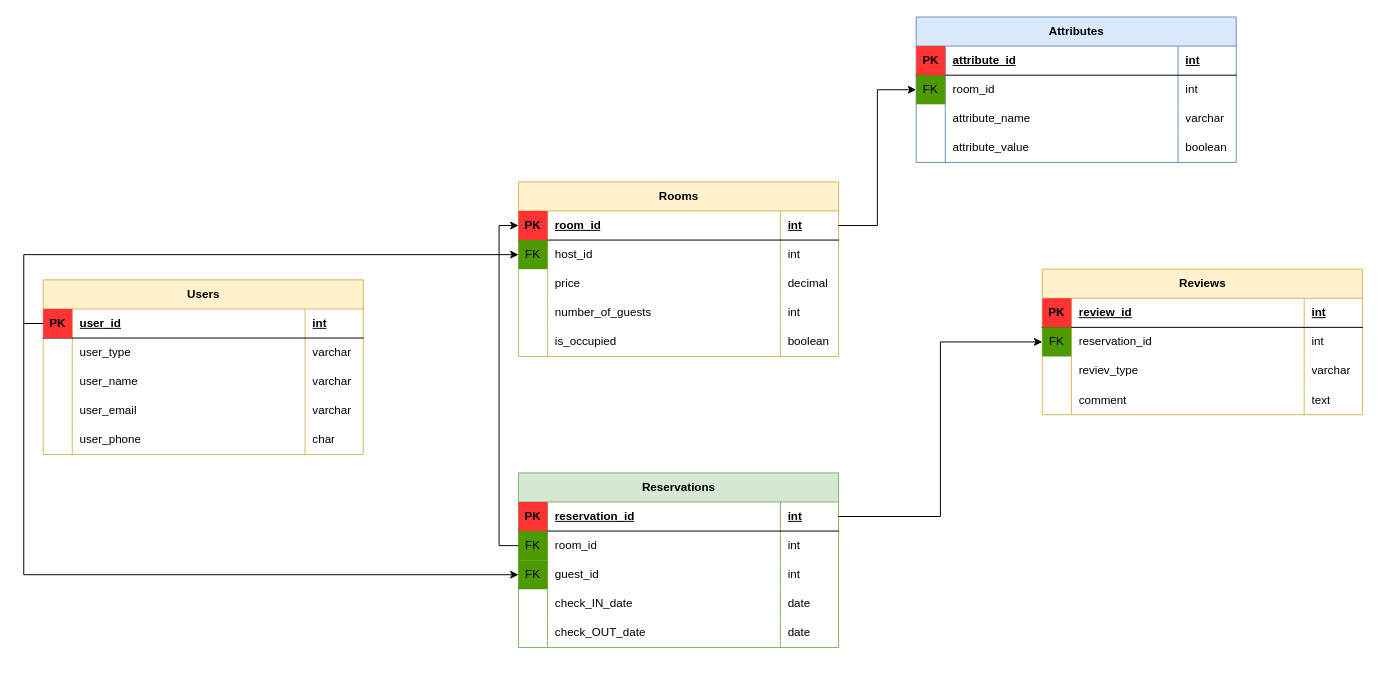
Above: airbnb_diagram.drawio in Olha-Zhernosek/projector_homeworks (draw.io), before the change. Source tidied: cells renumbered, new cells numbered last; positions are measured from the earlier drawing's top-left corner, leaving out a move shared by most shapes. Both pictures are drawn from the tidied source at 97%, with x=0, y=0 at pixel (43, 16).
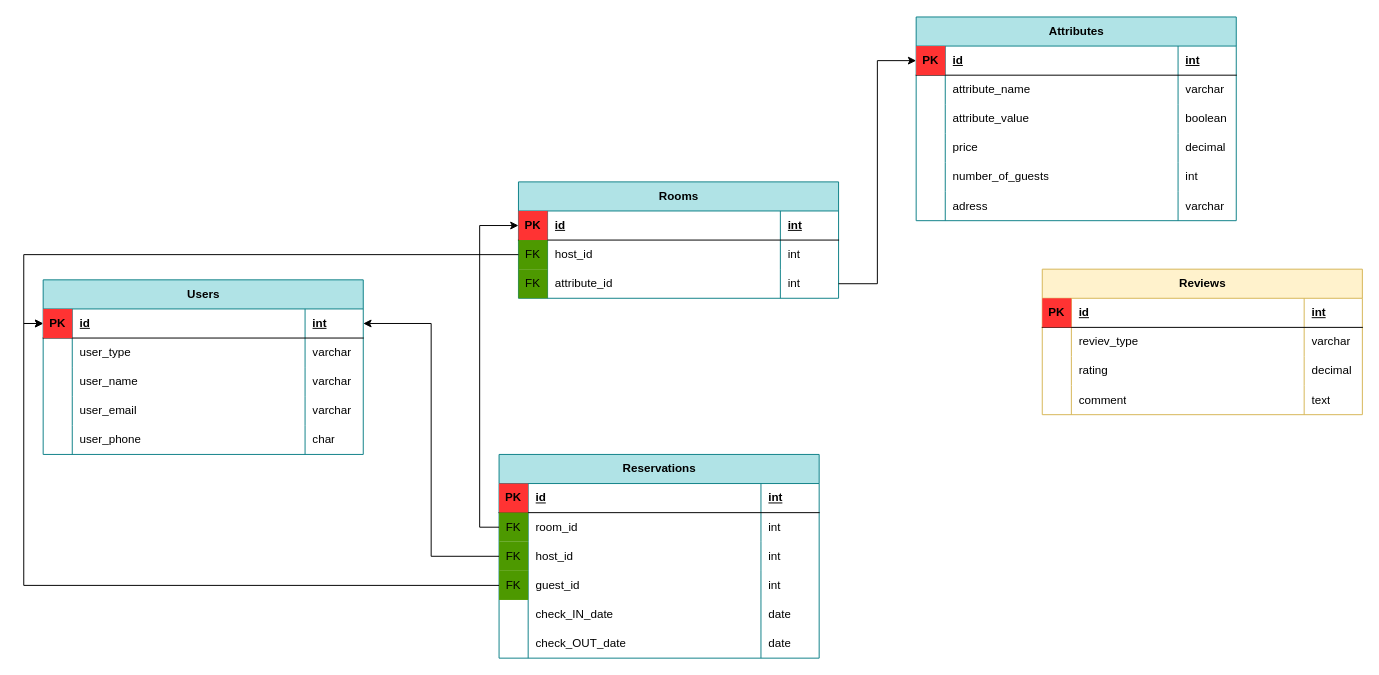
The same diagram, later.

The change refers to these unchanged cells:
```xml
<mxCell id="3" style="shape=tableRow;horizontal=0;startSize=0;swimlaneHead=0;swimlaneBody=0;fillColor=none;points=[[0,0.5],[1,0.5]];portConstraint=eastwest;top=0;left=0;right=0;bottom=1;" parent="2" vertex="1">
  <mxGeometry y="30" width="330" height="30" as="geometry" />
</mxCell>
<mxCell id="23" value="Reviews" style="shape=table;startSize=30;childLayout=tableLayout;rowLines=0;fontStyle=1;align=center;html=1;fillColor=#fff2cc;strokeColor=#d6b656;" parent="1" vertex="1">
  <mxGeometry x="1030" y="260" width="330" height="150" as="geometry" />
</mxCell>
<mxCell id="24" style="shape=tableRow;horizontal=0;startSize=0;swimlaneHead=0;swimlaneBody=0;fillColor=none;top=0;left=0;right=0;bottom=1;" parent="23" vertex="1">
  <mxGeometry y="30" width="330" height="30" as="geometry" />
</mxCell>
<mxCell id="41" style="shape=tableRow;horizontal=0;startSize=0;swimlaneHead=0;swimlaneBody=0;fillColor=none;points=[[0,0.5],[1,0.5]];portConstraint=eastwest;top=0;left=0;right=0;bottom=1;" parent="40" vertex="1">
  <mxGeometry y="30" width="330" height="30" as="geometry" />
</mxCell>
<mxCell id="45" style="shape=tableRow;horizontal=0;startSize=0;swimlaneHead=0;swimlaneBody=0;fillColor=none;points=[[0,0.5],[1,0.5]];portConstraint=eastwest;top=0;left=0;right=0;bottom=0;" parent="40" vertex="1">
  <mxGeometry y="60" width="330" height="30" as="geometry" />
</mxCell>
<mxCell id="62" style="shape=tableRow;horizontal=0;startSize=0;swimlaneHead=0;swimlaneBody=0;fillColor=none;points=[[0,0.5],[1,0.5]];portConstraint=eastwest;top=0;left=0;right=0;bottom=1;" parent="61" vertex="1">
  <mxGeometry y="30" width="330" height="30" as="geometry" />
</mxCell>
<mxCell id="66" style="shape=tableRow;horizontal=0;startSize=0;swimlaneHead=0;swimlaneBody=0;fillColor=none;points=[[0,0.5],[1,0.5]];portConstraint=eastwest;top=0;left=0;right=0;bottom=0;" parent="61" vertex="1">
  <mxGeometry y="60" width="330" height="30" as="geometry" />
</mxCell>
<mxCell id="87" style="shape=tableRow;horizontal=0;startSize=0;swimlaneHead=0;swimlaneBody=0;fillColor=none;points=[[0,0.5],[1,0.5]];portConstraint=eastwest;top=0;left=0;right=0;bottom=1;" parent="86" vertex="1">
  <mxGeometry y="30" width="330" height="30" as="geometry" />
</mxCell>
```

Change to the diagram source:
```diff
@@
-    <mxCell id="2" value="Users" style="shape=table;startSize=30;childLayout=tableLayout;rowLines=0;fontStyle=1;align=center;html=1;fillColor=#fff2cc;strokeColor=#d6b656;" parent="1" vertex="1">
+    <mxCell id="2" value="Users" style="shape=table;startSize=30;childLayout=tableLayout;rowLines=0;fontStyle=1;align=center;html=1;fillColor=#b0e3e6;strokeColor=#0e8088;" parent="1" vertex="1">
       <mxGeometry y="271" width="330" height="180" as="geometry" />
     </mxCell>
@@
-    <mxCell id="5" value="user_id" style="shape=partialRectangle;fillColor=none;top=0;left=0;bottom=0;right=0;align=left;spacingLeft=6;fontStyle=5;overflow=hidden;whiteSpace=wrap;html=1;" parent="3" vertex="1">
+    <mxCell id="5" value="id" style="shape=partialRectangle;fillColor=none;top=0;left=0;bottom=0;right=0;align=left;spacingLeft=6;fontStyle=5;overflow=hidden;whiteSpace=wrap;html=1;" parent="3" vertex="1">
       <mxGeometry x="30" width="240" height="30" as="geometry" />
     </mxCell>
@@
-    <mxCell id="26" value="review_id" style="shape=partialRectangle;fillColor=none;top=0;left=0;bottom=0;right=0;align=left;spacingLeft=6;fontStyle=5;overflow=hidden;whiteSpace=wrap;html=1;" parent="24" vertex="1">
+    <mxCell id="26" value="id" style="shape=partialRectangle;fillColor=none;top=0;left=0;bottom=0;right=0;align=left;spacingLeft=6;fontStyle=5;overflow=hidden;whiteSpace=wrap;html=1;" parent="24" vertex="1">
       <mxGeometry x="30" width="240" height="30" as="geometry" />
     </mxCell>
@@
-    <mxCell id="28" style="shape=tableRow;horizontal=0;startSize=0;swimlaneHead=0;swimlaneBody=0;fillColor=none;top=0;left=0;right=0;bottom=0;" parent="23" vertex="1">
-      <mxGeometry y="60" width="330" height="30" as="geometry" />
-    </mxCell>
-    <mxCell id="29" value="FK" style="shape=partialRectangle;fillColor=#4D9900;top=0;left=0;bottom=0;right=0;overflow=hidden;whiteSpace=wrap;html=1;" parent="28" vertex="1">
-      <mxGeometry width="30" height="30" as="geometry" />
-    </mxCell>
-    <mxCell id="30" value="reservation_id" style="shape=partialRectangle;fillColor=none;top=0;left=0;bottom=0;right=0;align=left;spacingLeft=6;overflow=hidden;whiteSpace=wrap;html=1;" parent="28" vertex="1">
-      <mxGeometry x="30" width="240" height="30" as="geometry" />
-    </mxCell>
-    <mxCell id="31" value="int" style="shape=partialRectangle;fillColor=none;top=0;left=0;bottom=0;right=0;align=left;spacingLeft=6;overflow=hidden;whiteSpace=wrap;html=1;" parent="28" vertex="1">
-      <mxGeometry x="270" width="60" height="30" as="geometry" />
-    </mxCell>
     <mxCell id="32" style="shape=tableRow;horizontal=0;startSize=0;swimlaneHead=0;swimlaneBody=0;fillColor=none;top=0;left=0;right=0;bottom=0;" parent="23" vertex="1">
-      <mxGeometry y="90" width="330" height="30" as="geometry" />
+      <mxGeometry y="60" width="330" height="30" as="geometry" />
     </mxCell>
@@
+    <mxCell id="104" style="shape=tableRow;horizontal=0;startSize=0;swimlaneHead=0;swimlaneBody=0;fillColor=none;top=0;left=0;right=0;bottom=0;" parent="23" vertex="1">
+      <mxGeometry y="90" width="330" height="30" as="geometry" />
+    </mxCell>
+    <mxCell id="105" style="shape=partialRectangle;fillColor=none;top=0;left=0;bottom=0;right=0;overflow=hidden;whiteSpace=wrap;html=1;" parent="104" vertex="1">
+      <mxGeometry width="30" height="30" as="geometry" />
+    </mxCell>
+    <mxCell id="106" value="rating" style="shape=partialRectangle;fillColor=none;top=0;left=0;bottom=0;right=0;align=left;spacingLeft=6;overflow=hidden;whiteSpace=wrap;html=1;" parent="104" vertex="1">
+      <mxGeometry x="30" width="240" height="30" as="geometry" />
+    </mxCell>
+    <mxCell id="107" value="decimal" style="shape=partialRectangle;fillColor=none;top=0;left=0;bottom=0;right=0;align=left;spacingLeft=6;overflow=hidden;whiteSpace=wrap;html=1;" parent="104" vertex="1">
+      <mxGeometry x="270" width="60" height="30" as="geometry" />
+    </mxCell>
@@
-    <mxCell id="40" value="Reservations" style="shape=table;startSize=30;childLayout=tableLayout;rowLines=0;fontStyle=1;align=center;html=1;fillColor=#d5e8d4;strokeColor=#82b366;" parent="1" vertex="1">
-      <mxGeometry x="490" y="470" width="330" height="180" as="geometry" />
+    <mxCell id="40" value="Reservations" style="shape=table;startSize=30;childLayout=tableLayout;rowLines=0;fontStyle=1;align=center;html=1;fillColor=#b0e3e6;strokeColor=#0e8088;" parent="1" vertex="1">
+      <mxGeometry x="470" y="451" width="330" height="210" as="geometry" />
     </mxCell>
@@
-    <mxCell id="43" value="reservation_id" style="shape=partialRectangle;fillColor=none;top=0;left=0;bottom=0;right=0;align=left;spacingLeft=6;fontStyle=5;overflow=hidden;whiteSpace=wrap;html=1;" parent="41" vertex="1">
+    <mxCell id="43" value="id" style="shape=partialRectangle;fillColor=none;top=0;left=0;bottom=0;right=0;align=left;spacingLeft=6;fontStyle=5;overflow=hidden;whiteSpace=wrap;html=1;" parent="41" vertex="1">
       <mxGeometry x="30" width="240" height="30" as="geometry" />
     </mxCell>
@@
+    <mxCell id="108" style="shape=tableRow;horizontal=0;startSize=0;swimlaneHead=0;swimlaneBody=0;fillColor=none;points=[[0,0.5],[1,0.5]];portConstraint=eastwest;top=0;left=0;right=0;bottom=0;" parent="40" vertex="1">
+      <mxGeometry y="90" width="330" height="30" as="geometry" />
+    </mxCell>
+    <mxCell id="109" value="FK" style="shape=partialRectangle;fillColor=#4D9900;top=0;left=0;bottom=0;right=0;overflow=hidden;whiteSpace=wrap;html=1;" parent="108" vertex="1">
+      <mxGeometry width="30" height="30" as="geometry" />
+    </mxCell>
+    <mxCell id="110" value="host_id" style="shape=partialRectangle;fillColor=none;top=0;left=0;bottom=0;right=0;align=left;spacingLeft=6;overflow=hidden;whiteSpace=wrap;html=1;" parent="108" vertex="1">
+      <mxGeometry x="30" width="240" height="30" as="geometry" />
+    </mxCell>
+    <mxCell id="111" value="int" style="shape=partialRectangle;fillColor=none;top=0;left=0;bottom=0;right=0;align=left;spacingLeft=6;overflow=hidden;whiteSpace=wrap;html=1;" parent="108" vertex="1">
+      <mxGeometry x="270" width="60" height="30" as="geometry" />
+    </mxCell>
     <mxCell id="49" style="shape=tableRow;horizontal=0;startSize=0;swimlaneHead=0;swimlaneBody=0;fillColor=none;points=[[0,0.5],[1,0.5]];portConstraint=eastwest;top=0;left=0;right=0;bottom=0;" parent="40" vertex="1">
-      <mxGeometry y="90" width="330" height="30" as="geometry" />
+      <mxGeometry y="120" width="330" height="30" as="geometry" />
     </mxCell>
@@
     <mxCell id="53" style="shape=tableRow;horizontal=0;startSize=0;swimlaneHead=0;swimlaneBody=0;fillColor=none;top=0;left=0;right=0;bottom=0;" parent="40" vertex="1">
-      <mxGeometry y="120" width="330" height="30" as="geometry" />
+      <mxGeometry y="150" width="330" height="30" as="geometry" />
     </mxCell>
@@
     <mxCell id="57" style="shape=tableRow;horizontal=0;startSize=0;swimlaneHead=0;swimlaneBody=0;fillColor=none;top=0;left=0;right=0;bottom=0;" parent="40" vertex="1">
-      <mxGeometry y="150" width="330" height="30" as="geometry" />
+      <mxGeometry y="180" width="330" height="30" as="geometry" />
     </mxCell>
@@
-    <mxCell id="61" value="Rooms" style="shape=table;startSize=30;childLayout=tableLayout;rowLines=0;fontStyle=1;align=center;html=1;fillColor=#fff2cc;strokeColor=#d6b656;" parent="1" vertex="1">
-      <mxGeometry x="490" y="170" width="330" height="180" as="geometry" />
+    <mxCell id="61" value="Rooms" style="shape=table;startSize=30;childLayout=tableLayout;rowLines=0;fontStyle=1;align=center;html=1;fillColor=#b0e3e6;strokeColor=#0e8088;" parent="1" vertex="1">
+      <mxGeometry x="490" y="170" width="330" height="120" as="geometry" />
     </mxCell>
@@
-    <mxCell id="64" value="room_id" style="shape=partialRectangle;fillColor=none;top=0;left=0;bottom=0;right=0;align=left;spacingLeft=6;fontStyle=5;overflow=hidden;whiteSpace=wrap;html=1;" parent="62" vertex="1">
+    <mxCell id="64" value="id" style="shape=partialRectangle;fillColor=none;top=0;left=0;bottom=0;right=0;align=left;spacingLeft=6;fontStyle=5;overflow=hidden;whiteSpace=wrap;html=1;" parent="62" vertex="1">
       <mxGeometry x="30" width="240" height="30" as="geometry" />
     </mxCell>
@@
-    <mxCell id="70" style="shape=tableRow;horizontal=0;startSize=0;swimlaneHead=0;swimlaneBody=0;fillColor=none;top=0;left=0;right=0;bottom=0;" parent="61" vertex="1">
-      <mxGeometry y="90" width="330" height="30" as="geometry" />
-    </mxCell>
-    <mxCell id="71" style="shape=partialRectangle;fillColor=none;top=0;left=0;bottom=0;right=0;overflow=hidden;whiteSpace=wrap;html=1;" parent="70" vertex="1">
-      <mxGeometry width="30" height="30" as="geometry" />
-    </mxCell>
-    <mxCell id="72" value="price" style="shape=partialRectangle;fillColor=none;top=0;left=0;bottom=0;right=0;align=left;spacingLeft=6;overflow=hidden;whiteSpace=wrap;html=1;" parent="70" vertex="1">
-      <mxGeometry x="30" width="240" height="30" as="geometry" />
-    </mxCell>
-    <mxCell id="73" value="decimal" style="shape=partialRectangle;fillColor=none;top=0;left=0;bottom=0;right=0;align=left;spacingLeft=6;overflow=hidden;whiteSpace=wrap;html=1;" parent="70" vertex="1">
-      <mxGeometry x="270" width="60" height="30" as="geometry" />
-    </mxCell>
-    <mxCell id="74" style="shape=tableRow;horizontal=0;startSize=0;swimlaneHead=0;swimlaneBody=0;fillColor=none;top=0;left=0;right=0;bottom=0;" parent="61" vertex="1">
-      <mxGeometry y="120" width="330" height="30" as="geometry" />
-    </mxCell>
-    <mxCell id="75" style="shape=partialRectangle;fillColor=none;top=0;left=0;bottom=0;right=0;overflow=hidden;whiteSpace=wrap;html=1;" parent="74" vertex="1">
-      <mxGeometry width="30" height="30" as="geometry" />
-    </mxCell>
-    <mxCell id="76" value="number_of_guests" style="shape=partialRectangle;fillColor=none;top=0;left=0;bottom=0;right=0;align=left;spacingLeft=6;overflow=hidden;whiteSpace=wrap;html=1;" parent="74" vertex="1">
-      <mxGeometry x="30" width="240" height="30" as="geometry" />
-    </mxCell>
-    <mxCell id="77" value="int" style="shape=partialRectangle;fillColor=none;top=0;left=0;bottom=0;right=0;align=left;spacingLeft=6;overflow=hidden;whiteSpace=wrap;html=1;" parent="74" vertex="1">
-      <mxGeometry x="270" width="60" height="30" as="geometry" />
-    </mxCell>
-    <mxCell id="78" style="shape=tableRow;horizontal=0;startSize=0;swimlaneHead=0;swimlaneBody=0;fillColor=none;top=0;left=0;right=0;bottom=0;" parent="61" vertex="1">
-      <mxGeometry y="150" width="330" height="30" as="geometry" />
-    </mxCell>
-    <mxCell id="79" style="shape=partialRectangle;fillColor=none;top=0;left=0;bottom=0;right=0;overflow=hidden;whiteSpace=wrap;html=1;" parent="78" vertex="1">
-      <mxGeometry width="30" height="30" as="geometry" />
-    </mxCell>
-    <mxCell id="80" value="is_occupied" style="shape=partialRectangle;fillColor=none;top=0;left=0;bottom=0;right=0;align=left;spacingLeft=6;overflow=hidden;whiteSpace=wrap;html=1;" parent="78" vertex="1">
-      <mxGeometry x="30" width="240" height="30" as="geometry" />
-    </mxCell>
-    <mxCell id="81" value="boolean" style="shape=partialRectangle;fillColor=none;top=0;left=0;bottom=0;right=0;align=left;spacingLeft=6;overflow=hidden;whiteSpace=wrap;html=1;" parent="78" vertex="1">
-      <mxGeometry x="270" width="60" height="30" as="geometry" />
-    </mxCell>
-    <mxCell id="82" style="edgeStyle=orthogonalEdgeStyle;rounded=0;jettySize=auto;html=1;exitX=0;exitY=0.5;exitDx=0;exitDy=0;entryX=0;entryY=0.5;entryDx=0;entryDy=0;" parent="1" edge="1" source="45" target="62">
-      <mxGeometry relative="1" as="geometry" />
-    </mxCell>
-    <mxCell id="83" style="edgeStyle=orthogonalEdgeStyle;rounded=0;jettySize=auto;html=1;exitX=0;exitY=0.5;exitDx=0;exitDy=0;entryX=0;entryY=0.5;entryDx=0;entryDy=0;" parent="1" edge="1" source="3" target="66">
-      <mxGeometry relative="1" as="geometry" />
-    </mxCell>
-    <mxCell id="84" style="edgeStyle=orthogonalEdgeStyle;rounded=0;jettySize=auto;html=1;exitX=0;exitY=0.5;exitDx=0;exitDy=0;entryX=0;entryY=0.5;entryDx=0;entryDy=0;" parent="1" edge="1" source="3" target="49">
-      <mxGeometry relative="1" as="geometry" />
-    </mxCell>
-    <mxCell id="85" style="edgeStyle=orthogonalEdgeStyle;rounded=0;jettySize=auto;html=1;exitX=1;exitY=0.5;exitDx=0;exitDy=0;entryX=0;entryY=0.5;entryDx=0;entryDy=0;" parent="1" edge="1" source="41" target="23">
-      <mxGeometry relative="1" as="geometry" />
-    </mxCell>
+    <mxCell id="112" style="shape=tableRow;horizontal=0;startSize=0;swimlaneHead=0;swimlaneBody=0;fillColor=none;points=[[0,0.5],[1,0.5]];portConstraint=eastwest;top=0;left=0;right=0;bottom=0;" parent="61" vertex="1">
+      <mxGeometry y="90" width="330" height="30" as="geometry" />
+    </mxCell>
+    <mxCell id="113" value="FK" style="shape=partialRectangle;fillColor=#4D9900;top=0;left=0;bottom=0;right=0;overflow=hidden;whiteSpace=wrap;html=1;" parent="112" vertex="1">
+      <mxGeometry width="30" height="30" as="geometry" />
+    </mxCell>
+    <mxCell id="114" value="attribute_id" style="shape=partialRectangle;fillColor=none;top=0;left=0;bottom=0;right=0;align=left;spacingLeft=6;overflow=hidden;whiteSpace=wrap;html=1;" parent="112" vertex="1">
+      <mxGeometry x="30" width="240" height="30" as="geometry" />
+    </mxCell>
+    <mxCell id="115" value="int" style="shape=partialRectangle;fillColor=none;top=0;left=0;bottom=0;right=0;align=left;spacingLeft=6;overflow=hidden;whiteSpace=wrap;html=1;" parent="112" vertex="1">
+      <mxGeometry x="270" width="60" height="30" as="geometry" />
+    </mxCell>
-    <mxCell id="86" value="Attributes" style="shape=table;startSize=30;childLayout=tableLayout;rowLines=0;fontStyle=1;align=center;html=1;fillColor=#dae8fc;strokeColor=#6c8ebf;" parent="1" vertex="1">
-      <mxGeometry x="900" width="330" height="150" as="geometry" />
+    <mxCell id="86" value="Attributes" style="shape=table;startSize=30;childLayout=tableLayout;rowLines=0;fontStyle=1;align=center;html=1;fillColor=#b0e3e6;strokeColor=#0e8088;" parent="1" vertex="1">
+      <mxGeometry x="900" width="330" height="210" as="geometry" />
     </mxCell>
@@
-    <mxCell id="89" value="attribute_id" style="shape=partialRectangle;fillColor=none;top=0;left=0;bottom=0;right=0;align=left;spacingLeft=6;fontStyle=5;overflow=hidden;whiteSpace=wrap;html=1;" parent="87" vertex="1">
+    <mxCell id="89" value="id" style="shape=partialRectangle;fillColor=none;top=0;left=0;bottom=0;right=0;align=left;spacingLeft=6;fontStyle=5;overflow=hidden;whiteSpace=wrap;html=1;" parent="87" vertex="1">
       <mxGeometry x="30" width="240" height="30" as="geometry" />
     </mxCell>
@@
-    <mxCell id="91" style="shape=tableRow;horizontal=0;startSize=0;swimlaneHead=0;swimlaneBody=0;fillColor=none;points=[[0,0.5],[1,0.5]];portConstraint=eastwest;top=0;left=0;right=0;bottom=0;" parent="86" vertex="1">
-      <mxGeometry y="60" width="330" height="30" as="geometry" />
-    </mxCell>
-    <mxCell id="92" value="FK" style="shape=partialRectangle;fillColor=#4D9900;top=0;left=0;bottom=0;right=0;overflow=hidden;whiteSpace=wrap;html=1;" parent="91" vertex="1">
-      <mxGeometry width="30" height="30" as="geometry" />
-    </mxCell>
-    <mxCell id="93" value="room_id" style="shape=partialRectangle;fillColor=none;top=0;left=0;bottom=0;right=0;align=left;spacingLeft=6;overflow=hidden;whiteSpace=wrap;html=1;" parent="91" vertex="1">
-      <mxGeometry x="30" width="240" height="30" as="geometry" />
-    </mxCell>
-    <mxCell id="94" value="int" style="shape=partialRectangle;fillColor=none;top=0;left=0;bottom=0;right=0;align=left;spacingLeft=6;overflow=hidden;whiteSpace=wrap;html=1;" parent="91" vertex="1">
-      <mxGeometry x="270" width="60" height="30" as="geometry" />
-    </mxCell>
     <mxCell id="95" style="shape=tableRow;horizontal=0;startSize=0;swimlaneHead=0;swimlaneBody=0;fillColor=none;top=0;left=0;right=0;bottom=0;" parent="86" vertex="1">
-      <mxGeometry y="90" width="330" height="30" as="geometry" />
+      <mxGeometry y="60" width="330" height="30" as="geometry" />
     </mxCell>
@@
     <mxCell id="99" style="shape=tableRow;horizontal=0;startSize=0;swimlaneHead=0;swimlaneBody=0;fillColor=none;top=0;left=0;right=0;bottom=0;" parent="86" vertex="1">
-      <mxGeometry y="120" width="330" height="30" as="geometry" />
+      <mxGeometry y="90" width="330" height="30" as="geometry" />
     </mxCell>
@@
-    <mxCell id="103" style="edgeStyle=orthogonalEdgeStyle;rounded=0;jettySize=auto;html=1;exitX=1;exitY=0.5;exitDx=0;exitDy=0;" parent="1" edge="1" source="62" target="91">
-      <mxGeometry relative="1" as="geometry" />
-    </mxCell>
+    <mxCell id="74" style="shape=tableRow;horizontal=0;startSize=0;swimlaneHead=0;swimlaneBody=0;fillColor=none;top=0;left=0;right=0;bottom=0;" parent="86" vertex="1">
+      <mxGeometry y="120" width="330" height="30" as="geometry" />
+    </mxCell>
+    <mxCell id="116" style="shape=partialRectangle;fillColor=none;top=0;left=0;bottom=0;right=0;overflow=hidden;whiteSpace=wrap;html=1;" parent="74" vertex="1">
+      <mxGeometry width="30" height="30" as="geometry" />
+    </mxCell>
+    <mxCell id="72" value="price" style="shape=partialRectangle;fillColor=none;top=0;left=0;bottom=0;right=0;align=left;spacingLeft=6;overflow=hidden;whiteSpace=wrap;html=1;" parent="74" vertex="1">
+      <mxGeometry x="30" width="240" height="30" as="geometry" />
+    </mxCell>
+    <mxCell id="117" value="decimal" style="shape=partialRectangle;fillColor=none;top=0;left=0;bottom=0;right=0;align=left;spacingLeft=6;overflow=hidden;whiteSpace=wrap;html=1;" parent="74" vertex="1">
+      <mxGeometry x="270" width="60" height="30" as="geometry" />
+    </mxCell>
+    <mxCell id="78" style="shape=tableRow;horizontal=0;startSize=0;swimlaneHead=0;swimlaneBody=0;fillColor=none;top=0;left=0;right=0;bottom=0;" parent="86" vertex="1">
+      <mxGeometry y="150" width="330" height="30" as="geometry" />
+    </mxCell>
+    <mxCell id="118" style="shape=partialRectangle;fillColor=none;top=0;left=0;bottom=0;right=0;overflow=hidden;whiteSpace=wrap;html=1;" parent="78" vertex="1">
+      <mxGeometry width="30" height="30" as="geometry" />
+    </mxCell>
+    <mxCell id="76" value="number_of_guests" style="shape=partialRectangle;fillColor=none;top=0;left=0;bottom=0;right=0;align=left;spacingLeft=6;overflow=hidden;whiteSpace=wrap;html=1;" parent="78" vertex="1">
+      <mxGeometry x="30" width="240" height="30" as="geometry" />
+    </mxCell>
+    <mxCell id="119" value="int" style="shape=partialRectangle;fillColor=none;top=0;left=0;bottom=0;right=0;align=left;spacingLeft=6;overflow=hidden;whiteSpace=wrap;html=1;" parent="78" vertex="1">
+      <mxGeometry x="270" width="60" height="30" as="geometry" />
+    </mxCell>
+    <mxCell id="120" style="shape=tableRow;horizontal=0;startSize=0;swimlaneHead=0;swimlaneBody=0;fillColor=none;top=0;left=0;right=0;bottom=0;" parent="86" vertex="1">
+      <mxGeometry y="180" width="330" height="30" as="geometry" />
+    </mxCell>
+    <mxCell id="121" style="shape=partialRectangle;fillColor=none;top=0;left=0;bottom=0;right=0;overflow=hidden;whiteSpace=wrap;html=1;" parent="120" vertex="1">
+      <mxGeometry width="30" height="30" as="geometry" />
+    </mxCell>
+    <mxCell id="122" value="adress" style="shape=partialRectangle;fillColor=none;top=0;left=0;bottom=0;right=0;align=left;spacingLeft=6;overflow=hidden;whiteSpace=wrap;html=1;" parent="120" vertex="1">
+      <mxGeometry x="30" width="240" height="30" as="geometry" />
+    </mxCell>
+    <mxCell id="123" value="varchar" style="shape=partialRectangle;fillColor=none;top=0;left=0;bottom=0;right=0;align=left;spacingLeft=6;overflow=hidden;whiteSpace=wrap;html=1;" parent="120" vertex="1">
+      <mxGeometry x="270" width="60" height="30" as="geometry" />
+    </mxCell>
+    <mxCell id="124" style="edgeStyle=orthogonalEdgeStyle;rounded=0;jettySize=auto;html=1;exitX=0;exitY=0.5;exitDx=0;exitDy=0;entryX=0;entryY=0.5;entryDx=0;entryDy=0;" parent="1" edge="1" source="66" target="3">
+      <mxGeometry relative="1" as="geometry" />
+    </mxCell>
+    <mxCell id="125" style="edgeStyle=orthogonalEdgeStyle;rounded=0;jettySize=auto;html=1;exitX=0;exitY=0.5;exitDx=0;exitDy=0;entryX=0;entryY=0.5;entryDx=0;entryDy=0;" parent="1" edge="1" source="49" target="3">
+      <mxGeometry relative="1" as="geometry" />
+    </mxCell>
+    <mxCell id="82" style="edgeStyle=orthogonalEdgeStyle;rounded=0;jettySize=auto;html=1;exitX=0;exitY=0.5;exitDx=0;exitDy=0;entryX=0;entryY=0.5;entryDx=0;entryDy=0;" parent="1" edge="1" source="45" target="62">
+      <mxGeometry relative="1" as="geometry" />
+    </mxCell>
+    <mxCell id="126" style="edgeStyle=orthogonalEdgeStyle;rounded=0;jettySize=auto;html=1;exitX=1;exitY=0.5;exitDx=0;exitDy=0;entryX=0;entryY=0.5;entryDx=0;entryDy=0;" parent="1" edge="1" source="112" target="87">
+      <mxGeometry relative="1" as="geometry" />
+    </mxCell>
+    <mxCell id="127" style="edgeStyle=orthogonalEdgeStyle;rounded=0;jettySize=auto;html=1;exitX=0;exitY=0.5;exitDx=0;exitDy=0;entryX=1;entryY=0.5;entryDx=0;entryDy=0;" parent="1" edge="1" source="108" target="3">
+      <mxGeometry relative="1" as="geometry" />
+    </mxCell>
```
